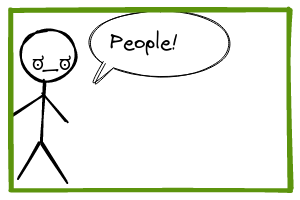
Earlier version of the Excalidraw export docs/assets/images/people.png (rmrresearch/rmrresearch.github.io). Source tidied: one line per element, renumbered; positions are measured from the earlier drawing's top-left corner, leaving out a move shared by most shapes.
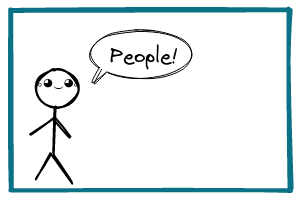
The same file after the commit.

The edit, as a diff of the source:
```diff
@@ -1,12 +1,12 @@
-{"id": 0, "type": "ellipse", "strokeColor": "#000000", "strokeWidth": 1, "roughness": 1, "x": 80, "y": 0, "width": 140, "height": 67}
+{"id": 0, "type": "ellipse", "strokeColor": "#000000", "strokeWidth": 1, "roughness": 1, "x": 80, "y": 20, "width": 102, "height": 49}
-{"id": 1, "type": "line", "strokeColor": "#fff", "backgroundColor": "#fff", "fillStyle": "solid", "strokeWidth": 1, "roughness": 0, "x": 94, "y": 52, "width": 19, "height": 21, "points": [[0, 0], [-10, 21], [9, 7], [0, 0]]}
+{"id": 1, "type": "line", "strokeColor": "#fff", "backgroundColor": "#fff", "fillStyle": "solid", "strokeWidth": 1, "roughness": 0, "x": 90, "y": 58, "width": 14, "height": 15, "points": [[0, 0], [-7, 15], [6, 5], [0, 0]]}
-{"id": 2, "type": "line", "strokeColor": "#000000", "strokeWidth": 1, "roughness": 1, "x": 94, "y": 53, "width": 19, "height": 21, "points": [[0, 0], [-9, 21], [10, 6]]}
+{"id": 2, "type": "line", "strokeColor": "#000000", "strokeWidth": 1, "roughness": 1, "x": 90, "y": 58, "width": 14, "height": 15, "points": [[0, 0], [-7, 15], [8, 4]]}
-{"id": 3, "type": "text", "text": "People!", "strokeColor": "#000000", "strokeWidth": 1, "roughness": 1, "fontSize": 20, "fontFamily": 1, "x": 100, "y": 20, "width": 68, "height": 26}
+{"id": 3, "type": "text", "text": "People!", "strokeColor": "#000000", "strokeWidth": 1, "roughness": 1, "fontSize": 20, "fontFamily": 1, "x": 100, "y": 34, "width": 68, "height": 26}
-{"id": 4, "type": "ellipse", "strokeColor": "#000000", "strokeWidth": 2, "roughness": 1, "x": 10, "y": 20, "width": 56, "height": 51}
-{"id": 5, "type": "line", "strokeColor": "#000000", "backgroundColor": "#ced4da", "fillStyle": "solid", "strokeWidth": 2, "roughness": 1, "x": 35, "y": 71, "width": 3, "height": 62, "points": [[0, 0], [-3, 62]]}
-{"id": 6, "type": "line", "strokeColor": "#000000", "backgroundColor": "#ced4da", "fillStyle": "solid", "strokeWidth": 2, "roughness": 1, "x": 32, "y": 135, "width": 25, "height": 38, "points": [[0, 0], [25, 38]]}
-{"id": 7, "type": "line", "strokeColor": "#000000", "backgroundColor": "#ced4da", "fillStyle": "solid", "strokeWidth": 2, "roughness": 1, "x": 29, "y": 132, "width": 21, "height": 35, "points": [[0, 0], [-21, 35]]}
-{"id": 8, "type": "line", "strokeColor": "#000000", "backgroundColor": "#ced4da", "fillStyle": "solid", "strokeWidth": 2, "roughness": 1, "x": 1, "y": 106, "width": 32, "height": 21, "points": [[0, 0], [32, -21]]}
-{"id": 9, "type": "line", "strokeColor": "#000000", "backgroundColor": "#ced4da", "fillStyle": "solid", "strokeWidth": 2, "roughness": 1, "x": 33, "y": 84, "width": 23, "height": 28, "points": [[0, 0], [23, 28]]}
-{"id": 10, "type": "text", "text": "ಠ_ಠ", "strokeColor": "#000000", "strokeWidth": 1, "roughness": 1, "fontSize": 18.41, "fontFamily": 1, "x": 21, "y": 44, "width": 39, "height": 26}
-{"id": 11, "type": "rectangle", "strokeColor": "#5c940d", "strokeWidth": 4, "roughness": 1, "x": 0, "y": 0, "width": 280, "height": 180}
+{"id": 11, "type": "rectangle", "strokeColor": "#0b7285", "strokeWidth": 4, "roughness": 1, "x": 0, "y": 0, "width": 280, "height": 180}
+{"id": 12, "type": "ellipse", "strokeColor": "#000000", "strokeWidth": 2, "roughness": 1, "x": 27, "y": 60, "width": 41, "height": 38}
+{"id": 13, "type": "line", "strokeColor": "#000000", "backgroundColor": "#ced4da", "fillStyle": "solid", "strokeWidth": 2, "roughness": 1, "x": 45, "y": 98, "width": 2, "height": 46, "points": [[0, 0], [-2, 46]]}
+{"id": 14, "type": "line", "strokeColor": "#000000", "backgroundColor": "#ced4da", "fillStyle": "solid", "strokeWidth": 2, "roughness": 1, "x": 43, "y": 145, "width": 18, "height": 28, "points": [[0, 0], [18, 28]]}
+{"id": 15, "type": "line", "strokeColor": "#000000", "backgroundColor": "#ced4da", "fillStyle": "solid", "strokeWidth": 2, "roughness": 1, "x": 40, "y": 143, "width": 16, "height": 26, "points": [[0, 0], [-16, 26]]}
+{"id": 16, "type": "line", "strokeColor": "#000000", "backgroundColor": "#ced4da", "fillStyle": "solid", "strokeWidth": 2, "roughness": 1, "x": 20, "y": 124, "width": 24, "height": 15, "points": [[0, 0], [24, -15]]}
+{"id": 17, "type": "line", "strokeColor": "#000000", "backgroundColor": "#ced4da", "fillStyle": "solid", "strokeWidth": 2, "roughness": 1, "x": 43, "y": 107, "width": 17, "height": 20, "points": [[0, 0], [17, 20]]}
+{"id": 18, "type": "text", "text": "｡◕‿◕｡", "strokeColor": "#000000", "strokeWidth": 1, "roughness": 1, "fontSize": 11.27, "fontFamily": 1, "x": 28, "y": 65, "width": 36, "height": 16}
```
